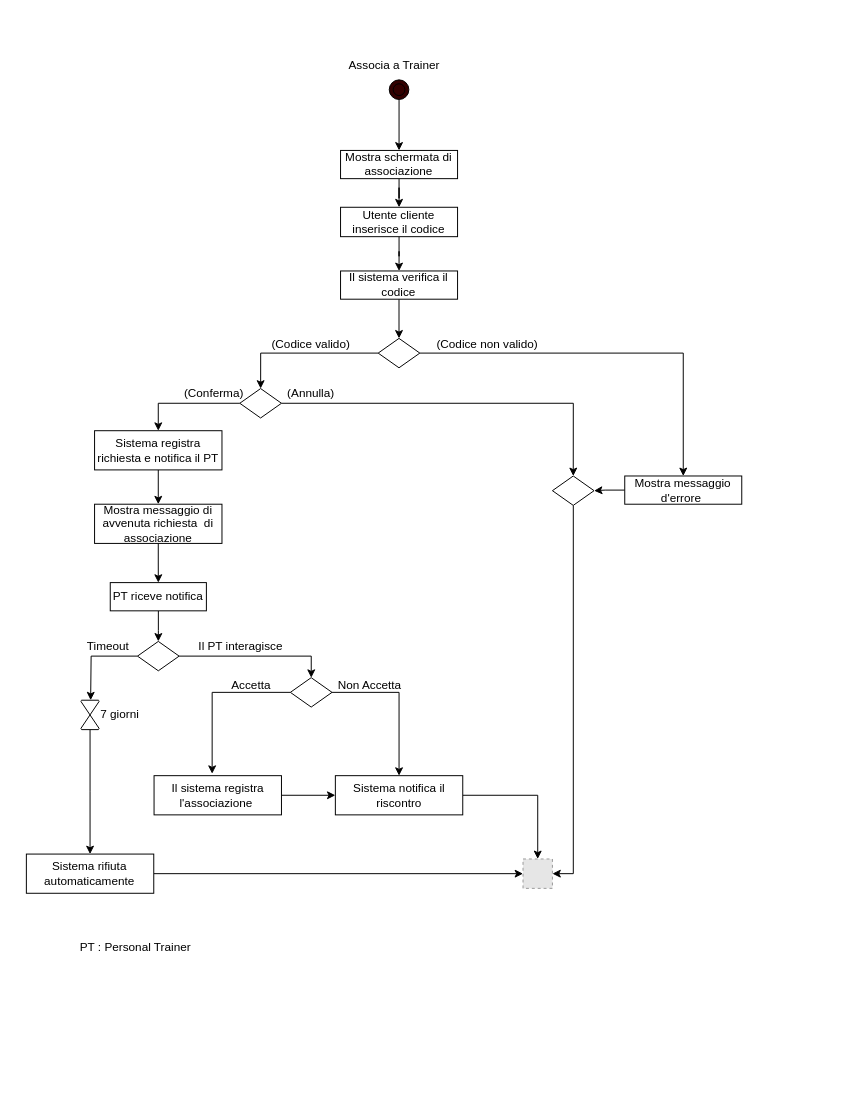
Earlier version of the draw.io diagram ActivityDiagram/AssociaTrainer.drawio (FedericoSib/FitPlan). Source tidied: cells renumbered, new cells numbered last; positions are measured from the earlier drawing's top-left corner, leaving out a move shared by most shapes. Both pictures are drawn from the tidied source at 98%, with x=0, y=0 at pixel (25, 50). Pictures stored in the file or linked from it are replaced by grey dashed boxes.
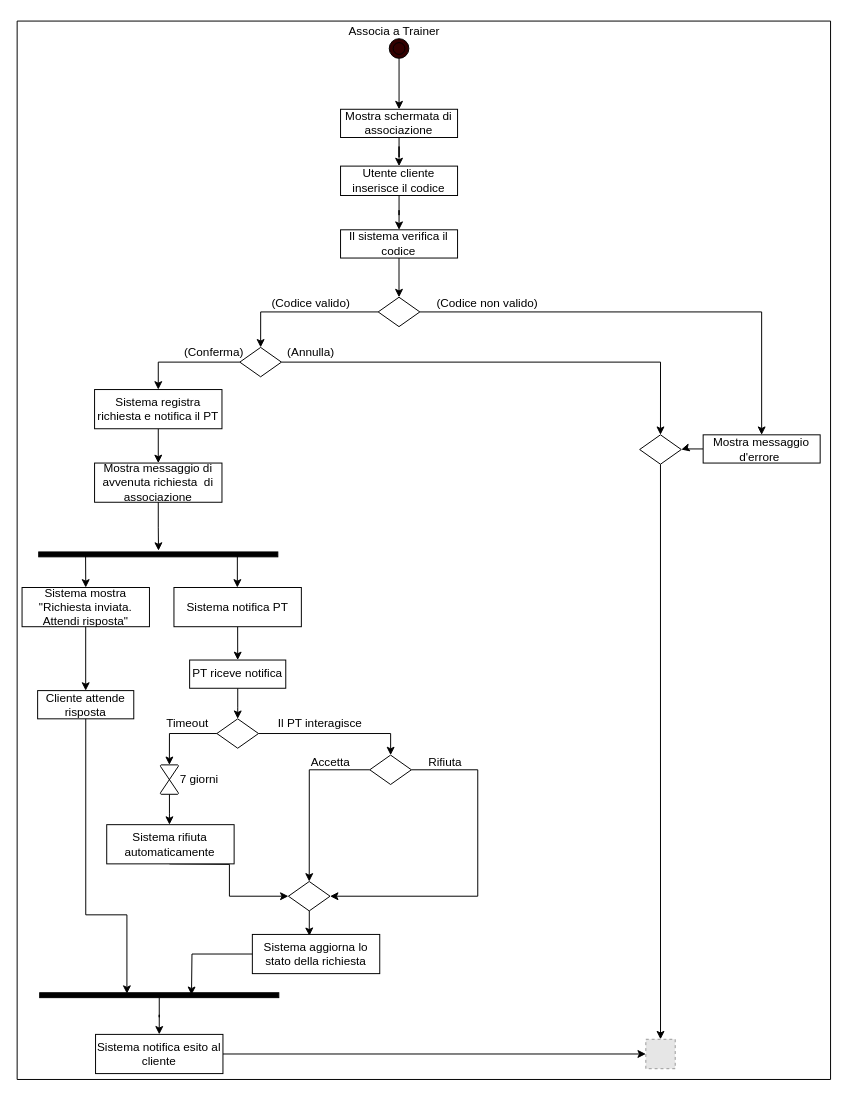
The same page after the edit.

What changed in the source:
```diff
@@
     <mxCell id="3" value="Il sistema verifica il codice" style="rounded=0;whiteSpace=wrap;html=1;" parent="1" vertex="1">
-      <mxGeometry x="321" y="225" width="119.4" height="28.8" as="geometry" />
+      <mxGeometry x="321" y="183" width="119.4" height="28.8" as="geometry" />
     </mxCell>
@@
     <mxCell id="6" style="rhombus;whiteSpace=wrap;html=1;" parent="1" vertex="1">
-      <mxGeometry x="359.4" y="293.8" width="42.5" height="30" as="geometry" />
+      <mxGeometry x="359.4" y="251.8" width="42.5" height="30" as="geometry" />
     </mxCell>
     <mxCell id="7" value="(Codice valido)" style="text;html=1;whiteSpace=wrap;strokeColor=none;fillColor=none;align=center;verticalAlign=middle;rounded=0;" parent="1" vertex="1">
-      <mxGeometry x="241" y="285" width="100" height="30" as="geometry" />
+      <mxGeometry x="241" y="243" width="100" height="30" as="geometry" />
     </mxCell>
     <mxCell id="8" value="(Codice non valido)" style="text;html=1;whiteSpace=wrap;strokeColor=none;fillColor=none;align=center;verticalAlign=middle;rounded=0;" parent="1" vertex="1">
-      <mxGeometry x="411" y="285" width="120" height="30" as="geometry" />
+      <mxGeometry x="411" y="243" width="120" height="30" as="geometry" />
     </mxCell>
@@
     <mxCell id="10" value="Mostra messaggio d'errore&amp;nbsp;" style="rounded=0;whiteSpace=wrap;html=1;" parent="1" vertex="1">
-      <mxGeometry x="611" y="434.2" width="119.4" height="28.8" as="geometry" />
+      <mxGeometry x="691" y="392.2" width="119.4" height="28.8" as="geometry" />
     </mxCell>
@@
     <mxCell id="13" style="rhombus;whiteSpace=wrap;html=1;" parent="1" vertex="1">
-      <mxGeometry x="218.2" y="345" width="42.5" height="30" as="geometry" />
+      <mxGeometry x="218.2" y="303" width="42.5" height="30" as="geometry" />
     </mxCell>
     <mxCell id="14" value="(Annulla)" style="text;html=1;whiteSpace=wrap;strokeColor=none;fillColor=none;align=center;verticalAlign=middle;rounded=0;" parent="1" vertex="1">
-      <mxGeometry x="260.7" y="335" width="60" height="30" as="geometry" />
+      <mxGeometry x="260.7" y="293" width="60" height="30" as="geometry" />
     </mxCell>
     <mxCell id="15" value="(Conferma)" style="text;html=1;whiteSpace=wrap;strokeColor=none;fillColor=none;align=center;verticalAlign=middle;rounded=0;" parent="1" vertex="1">
-      <mxGeometry x="162.3" y="335" width="60" height="30" as="geometry" />
+      <mxGeometry x="162.3" y="293" width="60" height="30" as="geometry" />
     </mxCell>
@@
     <mxCell id="17" value="Mostra schermata di associazione" style="rounded=0;whiteSpace=wrap;html=1;" parent="1" vertex="1">
-      <mxGeometry x="321" y="102" width="119.4" height="28.8" as="geometry" />
+      <mxGeometry x="321" y="60" width="119.4" height="28.8" as="geometry" />
     </mxCell>
@@
     <mxCell id="19" style="ellipse;shape=doubleEllipse;whiteSpace=wrap;html=1;fillColor=#330000;" parent="1" vertex="1">
-      <mxGeometry x="370.7" y="30" width="20" height="20" as="geometry" />
+      <mxGeometry x="370.7" y="-12" width="20" height="20" as="geometry" />
     </mxCell>
     <mxCell id="20" value="Associa a Trainer" style="text;html=1;whiteSpace=wrap;strokeColor=none;fillColor=none;align=center;verticalAlign=middle;rounded=0;" parent="1" vertex="1">
-      <mxGeometry x="291" width="170" height="30" as="geometry" />
+      <mxGeometry x="291" y="-34" width="170" height="30" as="geometry" />
     </mxCell>
-    <mxCell id="21" style="edgeStyle=orthogonalEdgeStyle;rounded=0;jettySize=auto;html=1;entryX=1;entryY=0.5;entryDx=0;entryDy=0;" parent="1" edge="1" source="22" target="24">
+    <mxCell id="21" style="edgeStyle=orthogonalEdgeStyle;rounded=0;jettySize=auto;html=1;exitX=0.5;exitY=1;exitDx=0;exitDy=0;entryX=0.5;entryY=0;entryDx=0;entryDy=0;" parent="1" edge="1" source="22" target="24">
       <mxGeometry relative="1" as="geometry" />
     </mxCell>
     <mxCell id="22" style="rhombus;whiteSpace=wrap;html=1;" parent="1" vertex="1">
-      <mxGeometry x="537.2" y="434.2" width="42.5" height="30" as="geometry" />
+      <mxGeometry x="626.2" y="392.2" width="42.5" height="30" as="geometry" />
     </mxCell>
     <mxCell id="23" value="Mostra messaggio di avvenuta richiesta&amp;nbsp; di associazione" style="rounded=0;whiteSpace=wrap;html=1;" parent="1" vertex="1">
-      <mxGeometry x="70" y="463" width="130" height="40" as="geometry" />
+      <mxGeometry x="70" y="421" width="130" height="40" as="geometry" />
     </mxCell>
     <mxCell id="24" style="fillColor=#E6E6E6;strokeColor=#999999;dashed=1;html=1;verticalAlign=top;verticalLabelPosition=bottom;labelBackgroundColor=#ffffff;" parent="1" vertex="1">
-      <mxGeometry x="507.2" y="825" width="30" height="30" as="geometry" />
+      <mxGeometry x="632.5" y="1009" width="30" height="30" as="geometry" />
     </mxCell>
-    <mxCell id="25" style="edgeStyle=orthogonalEdgeStyle;rounded=0;jettySize=auto;html=1;entryX=0.5;entryY=0;entryDx=0;entryDy=0;" parent="1" edge="1" source="26" target="40">
-      <mxGeometry relative="1" as="geometry" />
+    <mxCell id="25" style="edgeStyle=orthogonalEdgeStyle;rounded=0;jettySize=auto;html=1;entryX=0.5;entryY=0;entryDx=0;entryDy=0;" parent="1" edge="1" source="26">
+      <mxGeometry relative="1" as="geometry">
+        <mxPoint x="146.4" y="790" as="targetPoint" />
+      </mxGeometry>
     </mxCell>
     <mxCell id="26" style="verticalLabelPosition=bottom;verticalAlign=top;html=1;shape=mxgraph.flowchart.collate;" parent="1" vertex="1">
-      <mxGeometry x="56" y="663" width="18.7" height="30" as="geometry" />
+      <mxGeometry x="137" y="729" width="18.7" height="30" as="geometry" />
     </mxCell>
@@
     <mxCell id="28" value="Sistema registra richiesta e notifica il PT" style="rounded=0;whiteSpace=wrap;html=1;" parent="1" vertex="1">
-      <mxGeometry x="70" y="388" width="130" height="40" as="geometry" />
+      <mxGeometry x="70" y="346" width="130" height="40" as="geometry" />
     </mxCell>
-    <mxCell id="29" style="edgeStyle=orthogonalEdgeStyle;rounded=0;jettySize=auto;html=1;exitX=0.5;exitY=1;exitDx=0;exitDy=0;entryX=0.5;entryY=0;entryDx=0;entryDy=0;" parent="1" edge="1" source="23" target="31">
-      <mxGeometry relative="1" as="geometry" />
-    </mxCell>
@@
     <mxCell id="31" value="PT riceve notifica" style="rounded=0;whiteSpace=wrap;html=1;" parent="1" vertex="1">
-      <mxGeometry x="86" y="543" width="98.1" height="28.8" as="geometry" />
+      <mxGeometry x="167" y="622" width="98.1" height="28.8" as="geometry" />
     </mxCell>
-    <mxCell id="32" style="edgeStyle=orthogonalEdgeStyle;rounded=0;jettySize=auto;html=1;" parent="1" edge="1" source="34">
-      <mxGeometry relative="1" as="geometry">
-        <mxPoint x="66" y="663" as="targetPoint" />
-      </mxGeometry>
+    <mxCell id="32" style="edgeStyle=orthogonalEdgeStyle;rounded=0;jettySize=auto;html=1;entryX=0.5;entryY=0;entryDx=0;entryDy=0;entryPerimeter=0;" parent="1" edge="1" source="34" target="26">
+      <mxGeometry relative="1" as="geometry" />
     </mxCell>
@@
     <mxCell id="34" style="rhombus;whiteSpace=wrap;html=1;" parent="1" vertex="1">
-      <mxGeometry x="113.8" y="603" width="42.5" height="30" as="geometry" />
+      <mxGeometry x="194.8" y="682" width="42.5" height="30" as="geometry" />
     </mxCell>
     <mxCell id="35" value="Timeout" style="text;html=1;whiteSpace=wrap;strokeColor=none;fillColor=none;align=center;verticalAlign=middle;rounded=0;" parent="1" vertex="1">
-      <mxGeometry x="53.8" y="593" width="60" height="30" as="geometry" />
+      <mxGeometry x="134.8" y="672" width="60" height="30" as="geometry" />
     </mxCell>
     <mxCell id="36" value="7 giorni" style="text;html=1;whiteSpace=wrap;strokeColor=none;fillColor=none;align=center;verticalAlign=middle;rounded=0;" parent="1" vertex="1">
-      <mxGeometry x="66" y="663" width="60" height="30" as="geometry" />
+      <mxGeometry x="147" y="729" width="60" height="30" as="geometry" />
     </mxCell>
-    <mxCell id="37" style="edgeStyle=orthogonalEdgeStyle;rounded=0;jettySize=auto;html=1;entryX=0.5;entryY=0;entryDx=0;entryDy=0;" parent="1" edge="1" source="38" target="24">
-      <mxGeometry relative="1" as="geometry" />
-    </mxCell>
-    <mxCell id="38" value="Sistema notifica il riscontro" style="rounded=0;whiteSpace=wrap;html=1;" parent="1" vertex="1">
-      <mxGeometry x="315.7" y="740" width="130" height="40" as="geometry" />
-    </mxCell>
-    <mxCell id="39" style="edgeStyle=orthogonalEdgeStyle;rounded=0;jettySize=auto;html=1;exitX=1;exitY=0.5;exitDx=0;exitDy=0;entryX=0;entryY=0.5;entryDx=0;entryDy=0;" parent="1" edge="1" source="40" target="24">
-      <mxGeometry relative="1" as="geometry" />
-    </mxCell>
+    <mxCell id="52" style="edgeStyle=orthogonalEdgeStyle;rounded=0;jettySize=auto;html=1;entryX=0;entryY=0.5;entryDx=0;entryDy=0;exitX=0.5;exitY=1;exitDx=0;exitDy=0;" parent="1" edge="1" target="60">
+      <mxGeometry relative="1" as="geometry">
+        <mxPoint x="146.4" y="830" as="sourcePoint" />
+      </mxGeometry>
+    </mxCell>
     <mxCell id="40" value="Sistema rifiuta automaticamente" style="rounded=0;whiteSpace=wrap;html=1;" parent="1" vertex="1">
-      <mxGeometry x="0.4" y="820" width="130" height="40" as="geometry" />
+      <mxGeometry x="82.4" y="790" width="130" height="40" as="geometry" />
     </mxCell>
@@
     <mxCell id="42" value="Utente cliente inserisce il codice" style="rounded=0;whiteSpace=wrap;html=1;" parent="1" vertex="1">
-      <mxGeometry x="321" y="160" width="119.4" height="30" as="geometry" />
+      <mxGeometry x="321" y="118" width="119.4" height="30" as="geometry" />
     </mxCell>
-    <mxCell id="43" style="edgeStyle=orthogonalEdgeStyle;rounded=0;jettySize=auto;html=1;entryX=0;entryY=0.5;entryDx=0;entryDy=0;" parent="1" edge="1" source="44" target="38">
-      <mxGeometry relative="1" as="geometry" />
-    </mxCell>
-    <mxCell id="44" value="Il sistema registra l'associazione&amp;nbsp;" style="rounded=0;whiteSpace=wrap;html=1;" parent="1" vertex="1">
-      <mxGeometry x="130.7" y="740" width="130" height="40" as="geometry" />
-    </mxCell>
-    <mxCell id="45" style="edgeStyle=orthogonalEdgeStyle;rounded=0;jettySize=auto;html=1;entryX=0.5;entryY=0;entryDx=0;entryDy=0;" parent="1" edge="1" source="47" target="38">
-      <mxGeometry relative="1" as="geometry">
-        <Array as="points">
-          <mxPoint x="381" y="655" />
-          <mxPoint x="381" y="740" />
-        </Array>
-      </mxGeometry>
-    </mxCell>
-    <mxCell id="46" style="edgeStyle=orthogonalEdgeStyle;rounded=0;jettySize=auto;html=1;exitX=0;exitY=0.5;exitDx=0;exitDy=0;entryX=0.456;entryY=-0.05;entryDx=0;entryDy=0;entryPerimeter=0;" parent="1" edge="1" source="47" target="44">
+    <mxCell id="46" style="edgeStyle=orthogonalEdgeStyle;rounded=0;jettySize=auto;html=1;exitX=0;exitY=0.5;exitDx=0;exitDy=0;entryX=0.5;entryY=0;entryDx=0;entryDy=0;" parent="1" edge="1" source="47" target="60">
       <mxGeometry relative="1" as="geometry" />
     </mxCell>
+    <mxCell id="53" style="edgeStyle=orthogonalEdgeStyle;rounded=0;jettySize=auto;html=1;exitX=1;exitY=0.5;exitDx=0;exitDy=0;entryX=1;entryY=0.5;entryDx=0;entryDy=0;" parent="1" edge="1" source="47" target="60">
+      <mxGeometry relative="1" as="geometry">
+        <Array as="points">
+          <mxPoint x="461" y="734" />
+          <mxPoint x="461" y="863" />
+        </Array>
+      </mxGeometry>
+    </mxCell>
     <mxCell id="47" style="rhombus;whiteSpace=wrap;html=1;" parent="1" vertex="1">
-      <mxGeometry x="269.8" y="640" width="42.5" height="30" as="geometry" />
+      <mxGeometry x="350.8" y="719" width="42.5" height="30" as="geometry" />
     </mxCell>
     <mxCell id="48" value="Il PT interagisce&amp;nbsp;" style="text;html=1;whiteSpace=wrap;strokeColor=none;fillColor=none;align=center;verticalAlign=middle;rounded=0;" parent="1" vertex="1">
-      <mxGeometry x="151" y="593" width="140" height="30" as="geometry" />
+      <mxGeometry x="232" y="672" width="140" height="30" as="geometry" />
     </mxCell>
     <mxCell id="49" value="Accetta" style="text;html=1;whiteSpace=wrap;strokeColor=none;fillColor=none;align=center;verticalAlign=middle;rounded=0;" parent="1" vertex="1">
-      <mxGeometry x="200" y="633" width="60" height="30" as="geometry" />
+      <mxGeometry x="281" y="712" width="60" height="30" as="geometry" />
     </mxCell>
-    <mxCell id="50" value="Non Accetta" style="text;html=1;whiteSpace=wrap;strokeColor=none;fillColor=none;align=center;verticalAlign=middle;rounded=0;" parent="1" vertex="1">
-      <mxGeometry x="310.7" y="633" width="80" height="30" as="geometry" />
+    <mxCell id="50" value="Rifiuta" style="text;html=1;whiteSpace=wrap;strokeColor=none;fillColor=none;align=center;verticalAlign=middle;rounded=0;" parent="1" vertex="1">
+      <mxGeometry x="387.7" y="712" width="80" height="30" as="geometry" />
     </mxCell>
-    <mxCell id="51" value="PT : Personal Trainer" style="text;html=1;whiteSpace=wrap;strokeColor=none;fillColor=none;align=center;verticalAlign=middle;rounded=0;" parent="1" vertex="1">
-      <mxGeometry x="2.3" y="900" width="220" height="30" as="geometry" />
-    </mxCell>
+    <mxCell id="54" style="html=1;points=[];perimeter=orthogonalPerimeter;fillColor=strokeColor;rotation=-90;" parent="1" vertex="1">
+      <mxGeometry x="132.5" y="392.2" width="5" height="244" as="geometry" />
+    </mxCell>
+    <mxCell id="55" style="edgeStyle=orthogonalEdgeStyle;rounded=0;jettySize=auto;html=1;entryX=0.5;entryY=0;entryDx=0;entryDy=0;" parent="1" edge="1" source="56" target="63">
+      <mxGeometry relative="1" as="geometry" />
+    </mxCell>
+    <mxCell id="56" value="Sistema mostra &quot;Richiesta inviata. Attendi risposta&quot;" style="rounded=0;whiteSpace=wrap;html=1;" parent="1" vertex="1">
+      <mxGeometry x="-4" y="548" width="130" height="40" as="geometry" />
+    </mxCell>
+    <mxCell id="57" style="edgeStyle=orthogonalEdgeStyle;rounded=0;jettySize=auto;html=1;exitX=0.5;exitY=1;exitDx=0;exitDy=0;entryX=0.5;entryY=0;entryDx=0;entryDy=0;" parent="1" edge="1" source="58" target="31">
+      <mxGeometry relative="1" as="geometry" />
+    </mxCell>
+    <mxCell id="58" value="Sistema notifica PT" style="rounded=0;whiteSpace=wrap;html=1;" parent="1" vertex="1">
+      <mxGeometry x="151" y="548" width="130" height="40" as="geometry" />
+    </mxCell>
+    <mxCell id="59" style="edgeStyle=orthogonalEdgeStyle;rounded=0;jettySize=auto;html=1;entryX=0.448;entryY=0.037;entryDx=0;entryDy=0;entryPerimeter=0;" parent="1" edge="1" source="60" target="61">
+      <mxGeometry relative="1" as="geometry" />
+    </mxCell>
+    <mxCell id="60" style="rhombus;whiteSpace=wrap;html=1;" parent="1" vertex="1">
+      <mxGeometry x="267.8" y="848" width="42.5" height="30" as="geometry" />
+    </mxCell>
+    <mxCell id="61" value="Sistema aggiorna lo stato della richiesta" style="rounded=0;whiteSpace=wrap;html=1;" parent="1" vertex="1">
+      <mxGeometry x="231" y="902" width="130" height="40" as="geometry" />
+    </mxCell>
+    <mxCell id="62" style="edgeStyle=orthogonalEdgeStyle;rounded=0;jettySize=auto;html=1;entryX=0.659;entryY=0.771;entryDx=0;entryDy=0;entryPerimeter=0;" parent="1" edge="1" source="61">
+      <mxGeometry relative="1" as="geometry">
+        <mxPoint x="168.9" y="963.7" as="targetPoint" />
+      </mxGeometry>
+    </mxCell>
+    <mxCell id="63" value="Cliente attende risposta" style="rounded=0;whiteSpace=wrap;html=1;" parent="1" vertex="1">
+      <mxGeometry x="11.9" y="653.2" width="98.1" height="28.8" as="geometry" />
+    </mxCell>
+    <mxCell id="64" style="edgeStyle=orthogonalEdgeStyle;rounded=0;jettySize=auto;html=1;entryX=0.894;entryY=0.244;entryDx=0;entryDy=0;entryPerimeter=0;" parent="1" edge="1" source="63">
+      <mxGeometry relative="1" as="geometry">
+        <mxPoint x="103" y="962.5" as="targetPoint" />
+        <Array as="points">
+          <mxPoint x="61" y="882" />
+          <mxPoint x="103" y="882" />
+        </Array>
+      </mxGeometry>
+    </mxCell>
+    <mxCell id="65" style="edgeStyle=orthogonalEdgeStyle;rounded=0;jettySize=auto;html=1;entryX=0;entryY=0.5;entryDx=0;entryDy=0;" parent="1" edge="1" source="66" target="24">
+      <mxGeometry relative="1" as="geometry" />
+    </mxCell>
+    <mxCell id="66" value="Sistema notifica esito al cliente" style="rounded=0;whiteSpace=wrap;html=1;" parent="1" vertex="1">
+      <mxGeometry x="71" y="1004" width="130" height="40" as="geometry" />
+    </mxCell>
+    <mxCell id="67" style="endArrow=classic;html=1;rounded=0;entryX=0.5;entryY=0;entryDx=0;entryDy=0;exitX=0.693;exitY=0.196;exitDx=0;exitDy=0;exitPerimeter=0;" parent="1" edge="1" source="54" target="56">
+      <mxGeometry relative="1" as="geometry" />
+    </mxCell>
+    <mxCell id="68" style="endArrow=classic;html=1;rounded=0;entryX=0.5;entryY=0;entryDx=0;entryDy=0;exitX=0.693;exitY=0.196;exitDx=0;exitDy=0;exitPerimeter=0;" parent="1" edge="1">
+      <mxGeometry relative="1" as="geometry">
+        <mxPoint x="215.7" y="513" as="sourcePoint" />
+        <mxPoint x="215.7" y="548" as="targetPoint" />
+      </mxGeometry>
+    </mxCell>
+    <mxCell id="69" style="edgeStyle=orthogonalEdgeStyle;rounded=0;jettySize=auto;html=1;entryX=1.264;entryY=0.501;entryDx=0;entryDy=0;entryPerimeter=0;" parent="1" edge="1" source="23" target="54">
+      <mxGeometry relative="1" as="geometry" />
+    </mxCell>
+    <mxCell id="70" style="edgeStyle=orthogonalEdgeStyle;rounded=0;jettySize=auto;html=1;entryX=0.5;entryY=0;entryDx=0;entryDy=0;" parent="1" edge="1" source="71" target="66">
+      <mxGeometry relative="1" as="geometry" />
+    </mxCell>
+    <mxCell id="71" style="html=1;points=[];perimeter=orthogonalPerimeter;fillColor=strokeColor;rotation=-90;" parent="1" vertex="1">
+      <mxGeometry x="133.5" y="842" width="5" height="244" as="geometry" />
+    </mxCell>
+    <mxCell id="72" style="swimlane;startSize=0;" parent="1" vertex="1">
+      <mxGeometry x="-9" y="-30" width="830" height="1080" as="geometry" />
+    </mxCell>
```
